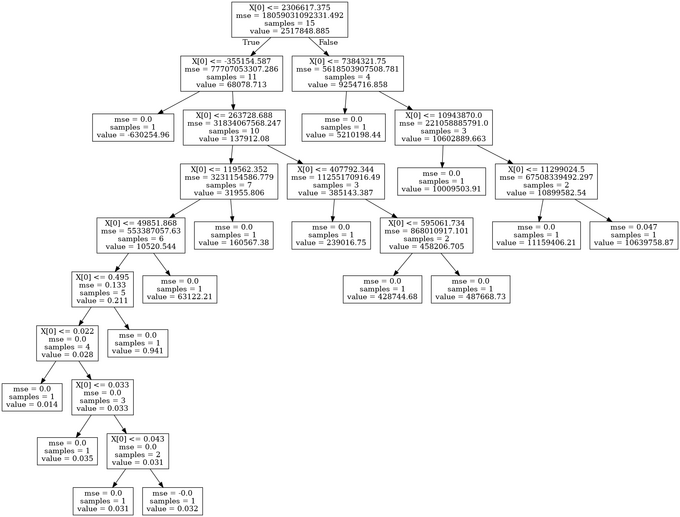
Dimitrios-Mourtzilas/Business-Strategy keeps this Graphviz diagram as dot_tree.png. Above is the earlier version. Its source is kept beside it as dot_tree.dot.
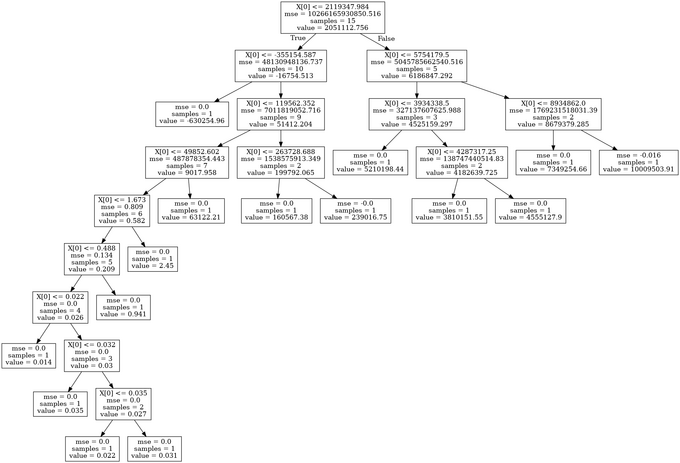
After the commit.

What changed in the source:
```diff
@@ -1,60 +1,60 @@
 digraph Tree {
 node [shape=box] ;
-0 [label="X[0] <= 2306617.375\nmse = 18059031092331.492\nsamples = 15\nvalue = 2517848.885"] ;
-1 [label="X[0] <= -355154.587\nmse = 77707053307.286\nsamples = 11\nvalue = 68078.713"] ;
+0 [label="X[0] <= 2119347.984\nmse = 10266165930850.516\nsamples = 15\nvalue = 2051112.756"] ;
+1 [label="X[0] <= -355154.587\nmse = 48130948136.737\nsamples = 10\nvalue = -16754.513"] ;
 0 -> 1 [labeldistance=2.5, labelangle=45, headlabel="True"] ;
 2 [label="mse = 0.0\nsamples = 1\nvalue = -630254.96"] ;
 1 -> 2 ;
-3 [label="X[0] <= 263728.688\nmse = 31834067568.247\nsamples = 10\nvalue = 137912.08"] ;
+3 [label="X[0] <= 119562.352\nmse = 7011819052.716\nsamples = 9\nvalue = 51412.204"] ;
 1 -> 3 ;
-4 [label="X[0] <= 119562.352\nmse = 3231154586.779\nsamples = 7\nvalue = 31955.806"] ;
+4 [label="X[0] <= 49852.602\nmse = 487878354.443\nsamples = 7\nvalue = 9017.958"] ;
 3 -> 4 ;
-5 [label="X[0] <= 49851.868\nmse = 553387057.63\nsamples = 6\nvalue = 10520.544"] ;
+5 [label="X[0] <= 1.673\nmse = 0.809\nsamples = 6\nvalue = 0.582"] ;
 4 -> 5 ;
-6 [label="X[0] <= 0.495\nmse = 0.133\nsamples = 5\nvalue = 0.211"] ;
+6 [label="X[0] <= 0.488\nmse = 0.134\nsamples = 5\nvalue = 0.209"] ;
 5 -> 6 ;
-7 [label="X[0] <= 0.022\nmse = 0.0\nsamples = 4\nvalue = 0.028"] ;
+7 [label="X[0] <= 0.022\nmse = 0.0\nsamples = 4\nvalue = 0.026"] ;
 6 -> 7 ;
 8 [label="mse = 0.0\nsamples = 1\nvalue = 0.014"] ;
 7 -> 8 ;
-9 [label="X[0] <= 0.033\nmse = 0.0\nsamples = 3\nvalue = 0.033"] ;
+9 [label="X[0] <= 0.032\nmse = 0.0\nsamples = 3\nvalue = 0.03"] ;
 7 -> 9 ;
 10 [label="mse = 0.0\nsamples = 1\nvalue = 0.035"] ;
 9 -> 10 ;
-11 [label="X[0] <= 0.043\nmse = 0.0\nsamples = 2\nvalue = 0.031"] ;
+11 [label="X[0] <= 0.035\nmse = 0.0\nsamples = 2\nvalue = 0.027"] ;
 9 -> 11 ;
-12 [label="mse = 0.0\nsamples = 1\nvalue = 0.031"] ;
+12 [label="mse = 0.0\nsamples = 1\nvalue = 0.022"] ;
 11 -> 12 ;
-13 [label="mse = -0.0\nsamples = 1\nvalue = 0.032"] ;
+13 [label="mse = 0.0\nsamples = 1\nvalue = 0.031"] ;
 11 -> 13 ;
 14 [label="mse = 0.0\nsamples = 1\nvalue = 0.941"] ;
 6 -> 14 ;
-15 [label="mse = 0.0\nsamples = 1\nvalue = 63122.21"] ;
+15 [label="mse = 0.0\nsamples = 1\nvalue = 2.45"] ;
 5 -> 15 ;
-16 [label="mse = 0.0\nsamples = 1\nvalue = 160567.38"] ;
+16 [label="mse = 0.0\nsamples = 1\nvalue = 63122.21"] ;
 4 -> 16 ;
-17 [label="X[0] <= 407792.344\nmse = 11255170916.49\nsamples = 3\nvalue = 385143.387"] ;
+17 [label="X[0] <= 263728.688\nmse = 1538575913.349\nsamples = 2\nvalue = 199792.065"] ;
 3 -> 17 ;
-18 [label="mse = 0.0\nsamples = 1\nvalue = 239016.75"] ;
+18 [label="mse = 0.0\nsamples = 1\nvalue = 160567.38"] ;
 17 -> 18 ;
-19 [label="X[0] <= 595061.734\nmse = 868010917.101\nsamples = 2\nvalue = 458206.705"] ;
+19 [label="mse = -0.0\nsamples = 1\nvalue = 239016.75"] ;
 17 -> 19 ;
-20 [label="mse = 0.0\nsamples = 1\nvalue = 428744.68"] ;
-19 -> 20 ;
-21 [label="mse = 0.0\nsamples = 1\nvalue = 487668.73"] ;
-19 -> 21 ;
-22 [label="X[0] <= 7384321.75\nmse = 5618503907508.781\nsamples = 4\nvalue = 9254716.858"] ;
-0 -> 22 [labeldistance=2.5, labelangle=-45, headlabel="False"] ;
-23 [label="mse = 0.0\nsamples = 1\nvalue = 5210198.44"] ;
-22 -> 23 ;
-24 [label="X[0] <= 10943870.0\nmse = 221058885791.0\nsamples = 3\nvalue = 10602889.663"] ;
-22 -> 24 ;
-25 [label="mse = 0.0\nsamples = 1\nvalue = 10009503.91"] ;
-24 -> 25 ;
-26 [label="X[0] <= 11299024.5\nmse = 67508339492.297\nsamples = 2\nvalue = 10899582.54"] ;
-24 -> 26 ;
-27 [label="mse = 0.0\nsamples = 1\nvalue = 11159406.21"] ;
+20 [label="X[0] <= 5754179.5\nmse = 5045785662540.516\nsamples = 5\nvalue = 6186847.292"] ;
+0 -> 20 [labeldistance=2.5, labelangle=-45, headlabel="False"] ;
+21 [label="X[0] <= 3934338.5\nmse = 327137607625.988\nsamples = 3\nvalue = 4525159.297"] ;
+20 -> 21 ;
+22 [label="mse = 0.0\nsamples = 1\nvalue = 5210198.44"] ;
+21 -> 22 ;
+23 [label="X[0] <= 4287317.25\nmse = 138747440514.83\nsamples = 2\nvalue = 4182639.725"] ;
+21 -> 23 ;
+24 [label="mse = 0.0\nsamples = 1\nvalue = 3810151.55"] ;
+23 -> 24 ;
+25 [label="mse = 0.0\nsamples = 1\nvalue = 4555127.9"] ;
+23 -> 25 ;
+26 [label="X[0] <= 8934862.0\nmse = 1769231518031.39\nsamples = 2\nvalue = 8679379.285"] ;
+20 -> 26 ;
+27 [label="mse = 0.0\nsamples = 1\nvalue = 7349254.66"] ;
 26 -> 27 ;
-28 [label="mse = 0.047\nsamples = 1\nvalue = 10639758.87"] ;
+28 [label="mse = -0.016\nsamples = 1\nvalue = 10009503.91"] ;
 26 -> 28 ;
 }
```
